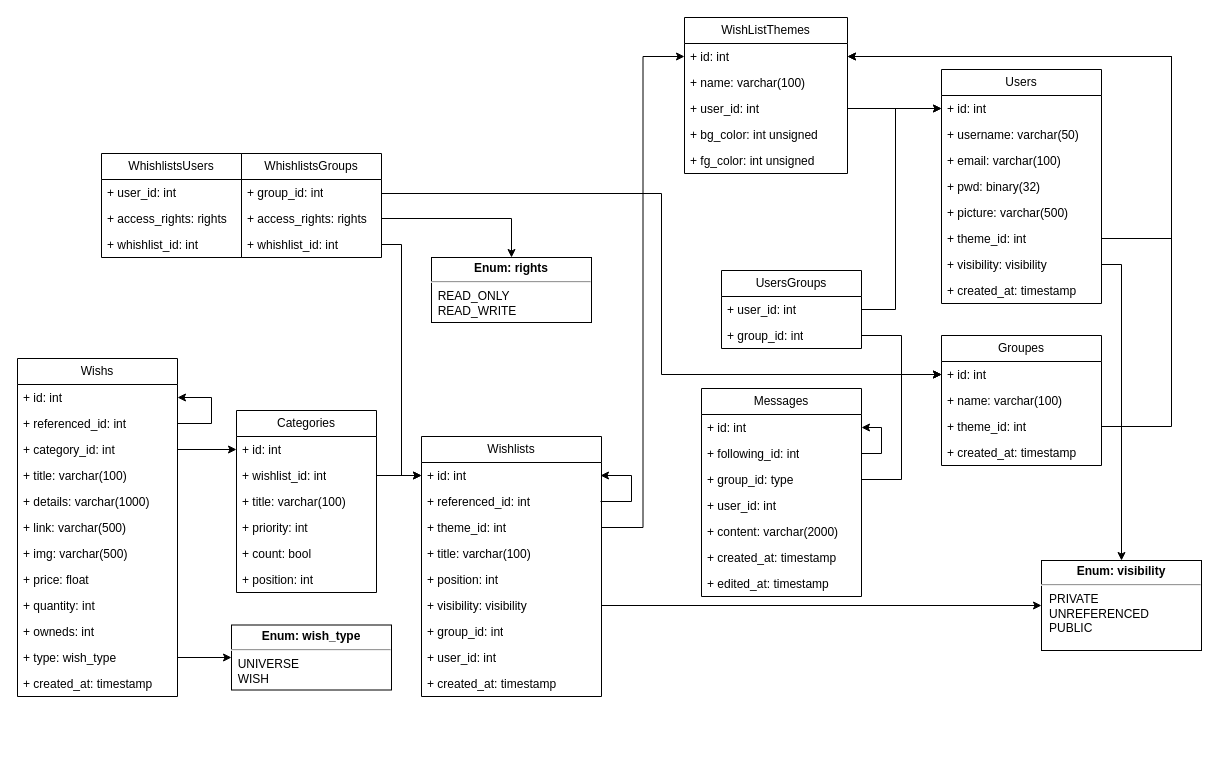
Before: WishList-DB.drawio in reza0310/wishlist, a draw.io diagram. Source tidied: cells renumbered, new cells numbered last; positions are measured from the earlier drawing's top-left corner, leaving out a move shared by most shapes. Both pictures are drawn from the tidied source at 100%, with x=0, y=0 at pixel (17, 17).
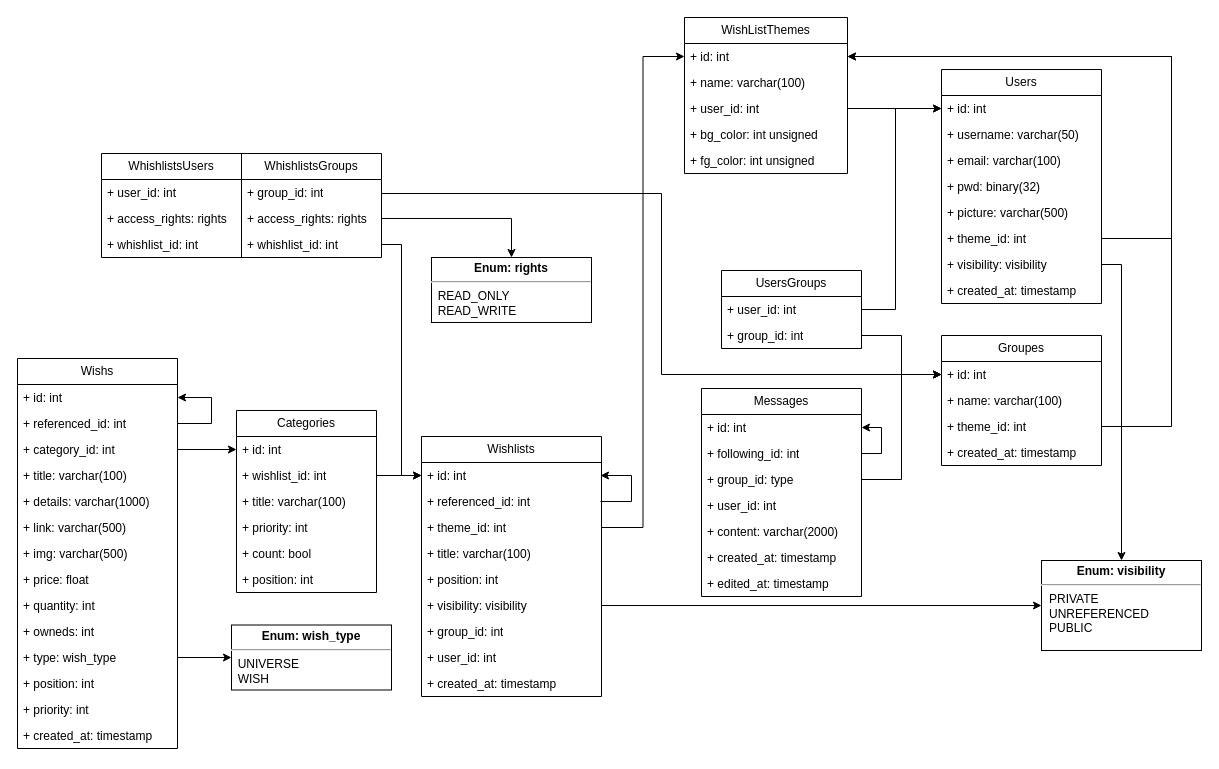
The same page after the edit.

What changed in the source:
```diff
@@
     <mxCell id="2" value="Wishs" style="swimlane;fontStyle=0;horizontal=1;startSize=26;fillColor=none;whiteSpace=wrap;html=1;" parent="1" vertex="1">
-      <mxGeometry y="341" width="160" height="338" as="geometry" />
+      <mxGeometry y="341" width="160" height="390" as="geometry" />
     </mxCell>
@@
+    <mxCell id="92" value="+ position: int" style="text;strokeColor=none;fillColor=none;align=left;verticalAlign=top;spacingLeft=4;spacingRight=4;overflow=hidden;whiteSpace=wrap;html=1;" parent="2" vertex="1">
+      <mxGeometry y="312" width="160" height="26" as="geometry" />
+    </mxCell>
+    <mxCell id="93" value="+ priority: int" style="text;strokeColor=none;fillColor=none;align=left;verticalAlign=top;spacingLeft=4;spacingRight=4;overflow=hidden;whiteSpace=wrap;html=1;" parent="2" vertex="1">
+      <mxGeometry y="338" width="160" height="26" as="geometry" />
+    </mxCell>
     <mxCell id="15" value="+ created_at: timestamp" style="text;strokeColor=none;fillColor=none;align=left;verticalAlign=top;spacingLeft=4;spacingRight=4;overflow=hidden;whiteSpace=wrap;html=1;" parent="2" vertex="1">
-      <mxGeometry y="312" width="160" height="26" as="geometry" />
+      <mxGeometry y="364" width="160" height="26" as="geometry" />
     </mxCell>
```
